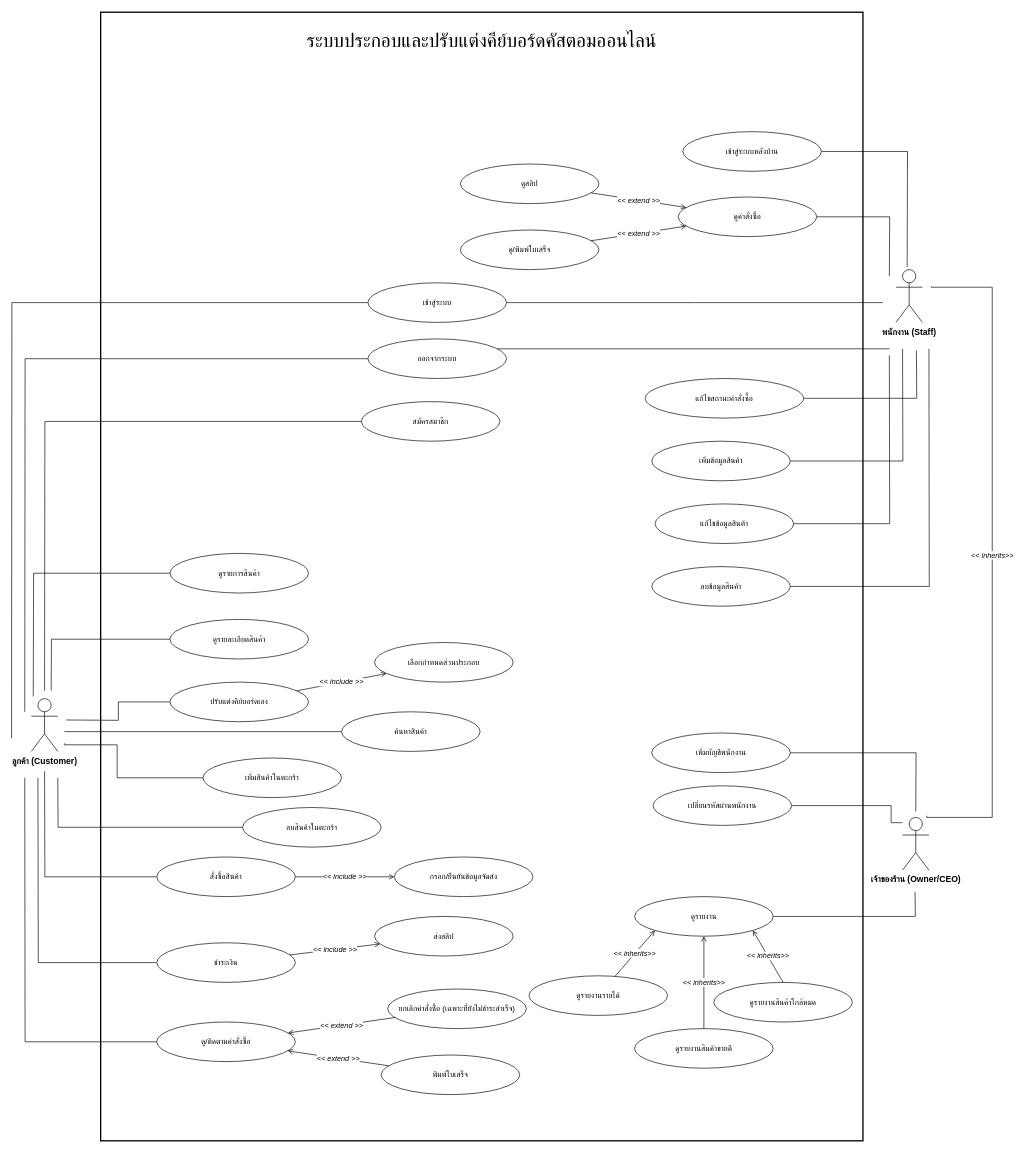
The draw.io diagram Diagram/UseCase.drawio in Natthapong-boy/Custom-Keyboard-WebApp, before the edit. Source tidied: cells renumbered, new cells numbered last; positions are measured from the earlier drawing's top-left corner, leaving out a move shared by most shapes. Both pictures are drawn from the tidied source at 66%, with x=0, y=0 at pixel (11, 12).
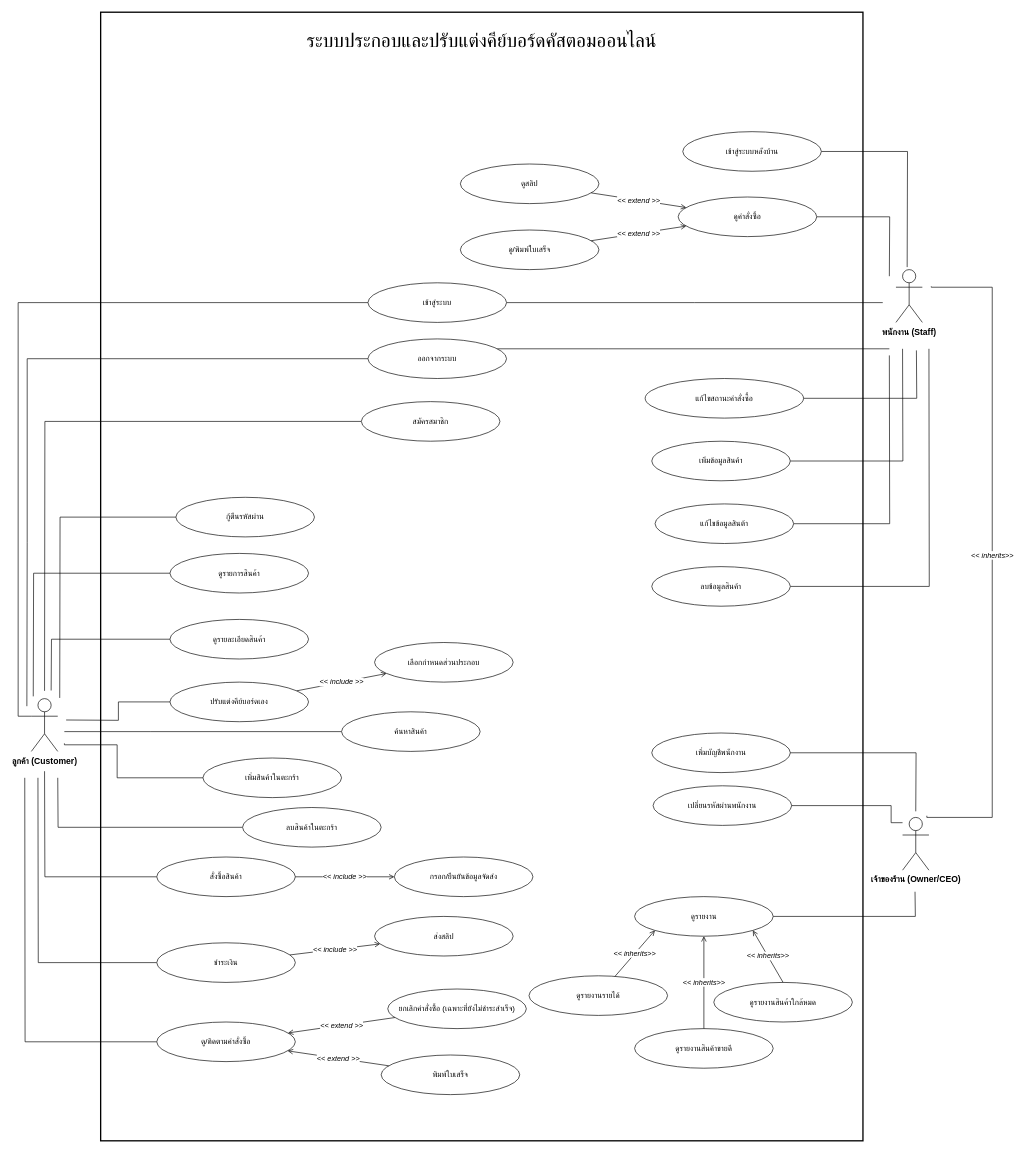
The same page after the edit.

The change refers to these unchanged cells:
```xml
<mxCell id="7" value="เข้าสู่ระบบ" style="ellipse;whiteSpace=wrap;html=1;fontSize=12;" parent="1" vertex="1">
  <mxGeometry x="540" y="410" width="210" height="60" as="geometry" />
</mxCell>
<mxCell id="10" value="ออกจากระบบ" style="ellipse;whiteSpace=wrap;html=1;fontSize=12;" parent="1" vertex="1">
  <mxGeometry x="540" y="495" width="210" height="60" as="geometry" />
</mxCell>
<mxCell id="47" value="ลูกค้า (Customer)" style="shape=umlActor;verticalLabelPosition=bottom;verticalAlign=top;html=1;outlineConnect=0;fontSize=13;fontStyle=1;" parent="1" vertex="1">
  <mxGeometry x="30" y="1040" width="40" height="80" as="geometry" />
</mxCell>
```

Diff of the diagram source:
```diff
@@
-    <mxCell id="5" style="edgeStyle=orthogonalEdgeStyle;rounded=0;jettySize=auto;html=1;endArrow=none;endFill=0;" parent="1" edge="1" source="7">
-      <mxGeometry x="-0.45" relative="1" as="geometry">
-        <mxPoint y="1100" as="targetPoint" />
-      </mxGeometry>
+    <mxCell id="5" style="edgeStyle=orthogonalEdgeStyle;rounded=0;jettySize=auto;html=1;endArrow=none;endFill=0;entryX=0;entryY=0.3333333333333333;entryDx=0;entryDy=0;entryPerimeter=0;" parent="1" edge="1" source="7" target="47">
+      <mxGeometry x="-0.44" relative="1" as="geometry" />
     </mxCell>
@@
     <mxCell id="8" style="edgeStyle=orthogonalEdgeStyle;rounded=0;jettySize=auto;html=1;endArrow=none;endFill=0;" parent="1" edge="1" source="10">
       <mxGeometry x="-0.46" relative="1" as="geometry">
-        <mxPoint x="20" y="1060" as="targetPoint" />
+        <mxPoint x="23.2" y="1051.5" as="targetPoint" />
       </mxGeometry>
     </mxCell>
@@
+    <mxCell id="71" style="edgeStyle=orthogonalEdgeStyle;rounded=0;jettySize=auto;html=1;defaultLabelBackgroundColor=gap;endArrow=none;endFill=0;" parent="1" edge="1" source="72">
+      <mxGeometry relative="1" as="geometry">
+        <mxPoint x="73" y="1039" as="targetPoint" />
+      </mxGeometry>
+    </mxCell>
+    <mxCell id="72" value="กู้ตืนรหัสผ่าน" style="ellipse;whiteSpace=wrap;html=1;fontSize=12;" parent="1" vertex="1">
+      <mxGeometry x="249" y="735" width="210" height="60" as="geometry" />
+    </mxCell>
```
